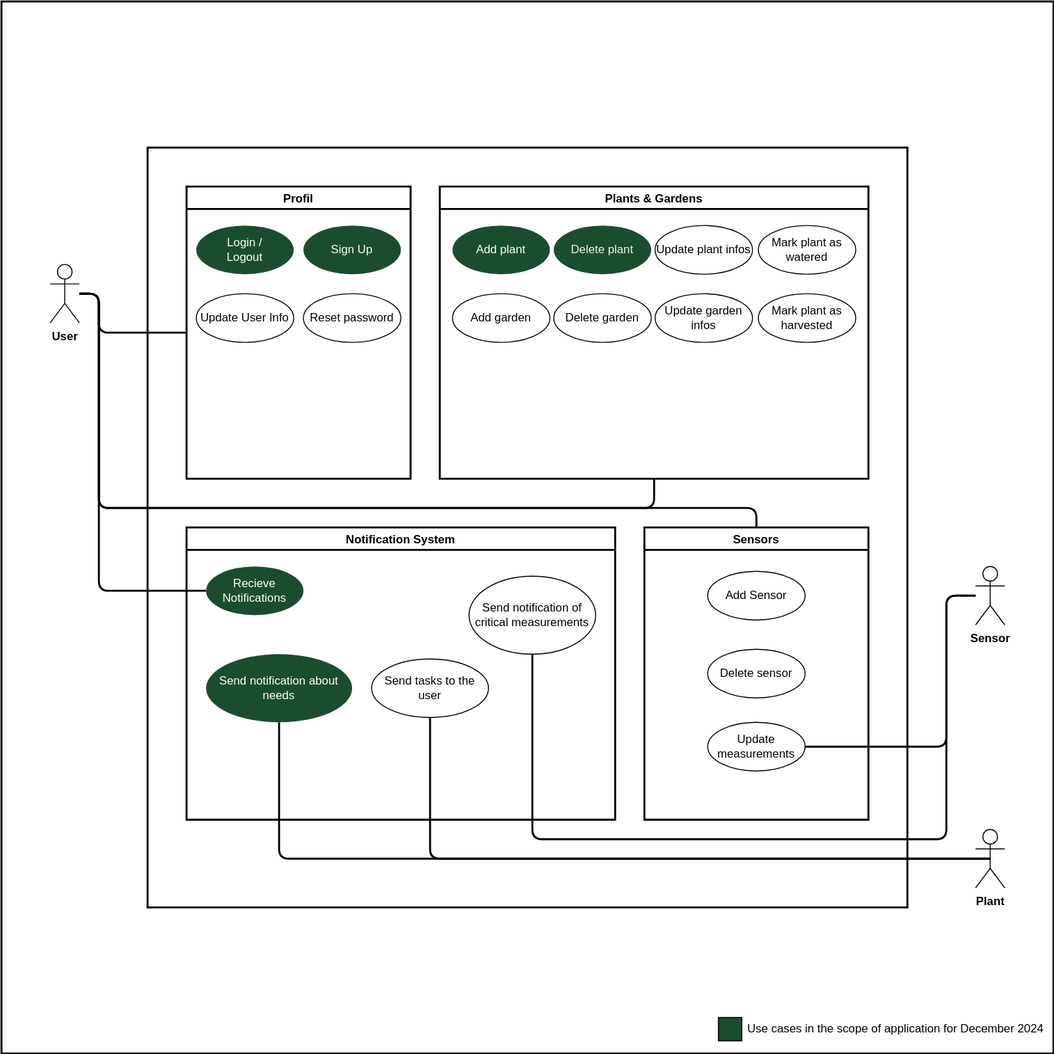
The draw.io diagram docs/assets/svg/GreenFingersUsecases.drawio.svg in Green-Fingers-App/gardeningApp, before a commit. Source tidied: cells renumbered, new cells last; positions are measured from the earlier drawing's top-left corner, leaving out a move shared by most shapes.
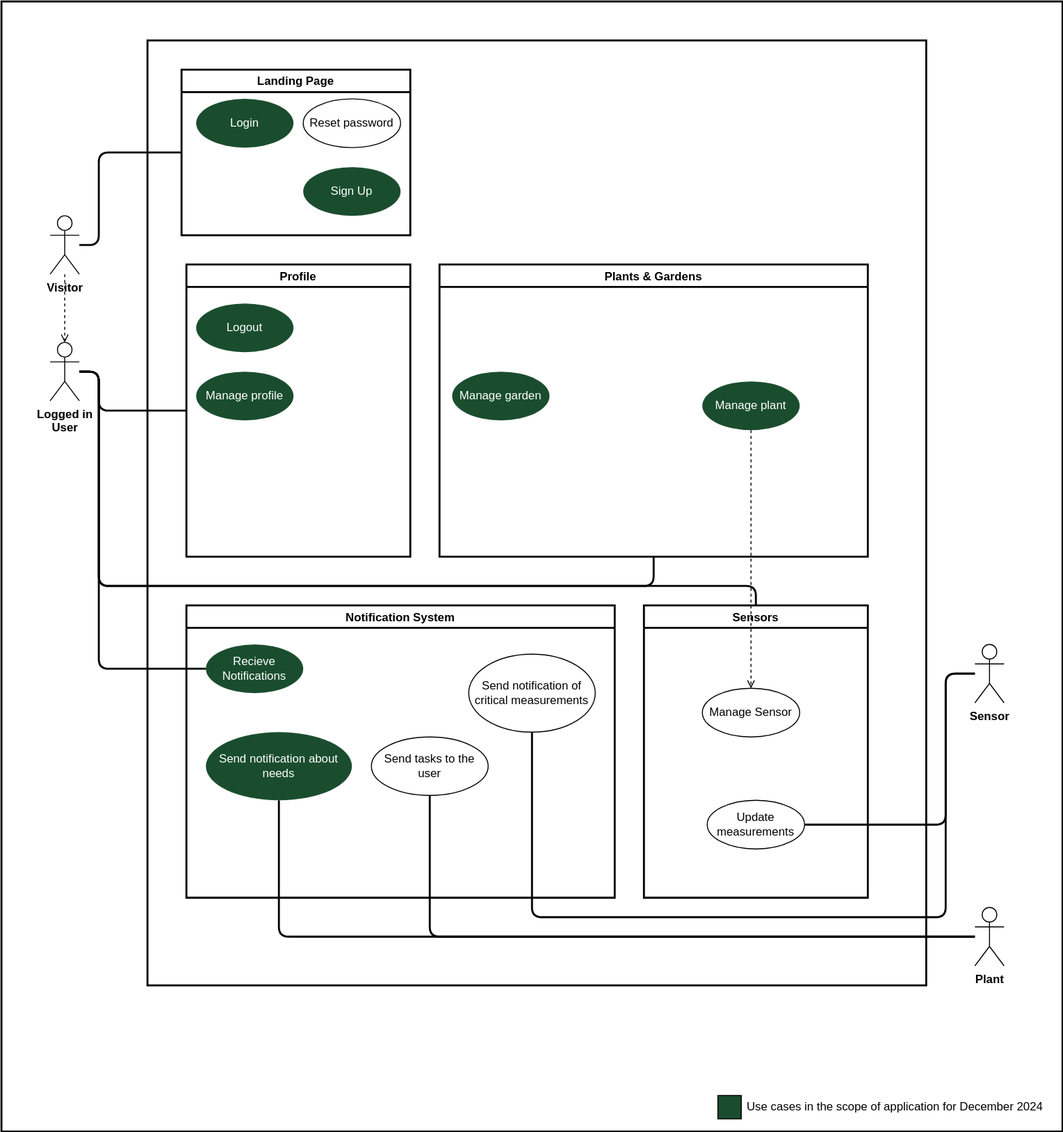
The same file after the commit.

What changed in the source:
```diff
@@ -6,7 +6,7 @@
       <mxGeometry width="760" height="760" as="geometry" />
     </mxCell>
     <mxCell id="3" style="whiteSpace=wrap;html=1;fillColor=#FFFFFF;strokeColor=#000000;strokeWidth=2;" parent="1" vertex="1">
-      <mxGeometry width="1080" height="1080" as="geometry" />
+      <mxGeometry y="-80" width="1090" height="1160" as="geometry" />
     </mxCell>
     <mxCell id="4" value="&lt;font color=&quot;#000000&quot;&gt;Use cases in the scope of application for December 2024&lt;/font&gt;" style="text;html=1;strokeColor=none;fillColor=none;align=left;verticalAlign=middle;whiteSpace=wrap;rounded=0;" parent="1" vertex="1">
       <mxGeometry x="764" y="1040" width="316" height="30" as="geometry" />
@@ -15,44 +15,23 @@
       <mxGeometry x="736" y="1043" width="24" height="24" as="geometry" />
     </mxCell>
     <mxCell id="6" style="whiteSpace=wrap;html=1;fillColor=#FFFFFF;strokeColor=#000000;strokeWidth=2;" parent="1" vertex="1">
-      <mxGeometry x="150" y="150" width="780" height="780" as="geometry" />
+      <mxGeometry x="150" y="-40" width="800" height="970" as="geometry" />
     </mxCell>
-    <mxCell id="7" value="Profil" style="swimlane;strokeColor=#000000;strokeWidth=2;fillColor=#FFFFFF;fontColor=#000000;" parent="1" vertex="1">
+    <mxCell id="7" value="Profile" style="swimlane;strokeColor=#000000;strokeWidth=2;fillColor=#FFFFFF;fontColor=#000000;" parent="1" vertex="1">
       <mxGeometry x="190" y="190" width="230" height="300" as="geometry" />
     </mxCell>
-    <mxCell id="8" value="Update User Info" style="ellipse;whiteSpace=wrap;html=1;verticalAlign=middle;fontColor=#000000;fillColor=#FFFFFF;strokeColor=#000000;" parent="7" vertex="1">
-      <mxGeometry x="10" y="110" width="100" height="50" as="geometry" />
-    </mxCell>
-    <mxCell id="9" value="Reset password" style="ellipse;whiteSpace=wrap;html=1;verticalAlign=middle;fontColor=#000000;fillColor=#FFFFFF;strokeColor=#000000;" parent="7" vertex="1">
-      <mxGeometry x="120" y="110" width="100" height="50" as="geometry" />
-    </mxCell>
+    <mxCell id="41" value="Manage profile" style="ellipse;whiteSpace=wrap;html=1;verticalAlign=middle;fillColor=#1A4D2E;fontColor=#FFFFFF;strokeColor=none;" parent="7" vertex="1">
+      <mxGeometry x="10" y="110" width="100" height="50" as="geometry" />
+    </mxCell>
     <mxCell id="10" value="Plants &amp; Gardens" style="swimlane;strokeColor=#000000;strokeWidth=2;fillColor=#FFFFFF;fontColor=#000000;" parent="1" vertex="1">
       <mxGeometry x="450" y="190" width="440" height="300" as="geometry" />
     </mxCell>
-    <mxCell id="11" value="&lt;span style=&quot;&quot;&gt;Add garden&lt;/span&gt;" style="ellipse;whiteSpace=wrap;html=1;verticalAlign=middle;fontColor=#000000;fillColor=#FFFFFF;strokeColor=#000000;" parent="10" vertex="1">
-      <mxGeometry x="13" y="110" width="100" height="50" as="geometry" />
-    </mxCell>
-    <mxCell id="12" value="Update garden infos" style="ellipse;whiteSpace=wrap;html=1;verticalAlign=middle;strokeColor=#000000;align=center;fontFamily=Helvetica;fontSize=12;fontColor=#000000;fillColor=#FFFFFF;" parent="10" vertex="1">
-      <mxGeometry x="221" y="110" width="100" height="50" as="geometry" />
-    </mxCell>
-    <mxCell id="13" value="&lt;span style=&quot;&quot;&gt;Mark plant as watered&lt;/span&gt;" style="ellipse;whiteSpace=wrap;html=1;verticalAlign=middle;fontColor=#000000;fillColor=#FFFFFF;strokeColor=#000000;" parent="10" vertex="1">
-      <mxGeometry x="327" y="40" width="100" height="50" as="geometry" />
-    </mxCell>
-    <mxCell id="14" value="Add plant" style="ellipse;whiteSpace=wrap;html=1;verticalAlign=middle;fillColor=#1A4D2E;fontColor=#FFFFFF;strokeColor=none;" parent="10" vertex="1">
-      <mxGeometry x="13" y="40" width="100" height="50" as="geometry" />
+    <mxCell id="14" value="Manage plant" style="ellipse;whiteSpace=wrap;html=1;verticalAlign=middle;fillColor=#1A4D2E;fontColor=#FFFFFF;strokeColor=none;" parent="10" vertex="1">
+      <mxGeometry x="270" y="120" width="100" height="50" as="geometry" />
     </mxCell>
-    <mxCell id="15" value="&lt;span style=&quot;color: rgb(240, 240, 240);&quot;&gt;Delete plant&lt;/span&gt;" style="ellipse;whiteSpace=wrap;html=1;verticalAlign=middle;fillColor=#1A4D2E;fontColor=#FFFFFF;strokeColor=none;" parent="10" vertex="1">
-      <mxGeometry x="117" y="40" width="100" height="50" as="geometry" />
-    </mxCell>
-    <mxCell id="16" value="Update plant infos" style="ellipse;whiteSpace=wrap;html=1;verticalAlign=middle;fontColor=#000000;fillColor=#FFFFFF;strokeColor=#000000;" parent="10" vertex="1">
-      <mxGeometry x="221" y="40" width="100" height="50" as="geometry" />
-    </mxCell>
-    <mxCell id="17" value="Delete garden" style="ellipse;whiteSpace=wrap;html=1;verticalAlign=middle;fontColor=#000000;fillColor=#FFFFFF;strokeColor=#000000;" parent="10" vertex="1">
-      <mxGeometry x="117" y="110" width="100" height="50" as="geometry" />
-    </mxCell>
-    <mxCell id="18" value="Mark plant as harvested" style="ellipse;whiteSpace=wrap;html=1;verticalAlign=middle;fontColor=#000000;fillColor=#FFFFFF;strokeColor=#000000;" parent="10" vertex="1">
-      <mxGeometry x="327" y="110" width="100" height="50" as="geometry" />
-    </mxCell>
+    <mxCell id="42" value="Manage garden" style="ellipse;whiteSpace=wrap;html=1;verticalAlign=middle;fillColor=#1A4D2E;fontColor=#FFFFFF;strokeColor=none;" parent="10" vertex="1">
+      <mxGeometry x="13" y="110" width="100" height="50" as="geometry" />
+    </mxCell>
     <mxCell id="19" value="Notification System" style="swimlane;strokeColor=#000000;strokeWidth=2;fillColor=#FFFFFF;fontColor=#000000;" parent="1" vertex="1">
       <mxGeometry x="190" y="540" width="440" height="300" as="geometry" />
     </mxCell>
@@ -97,7 +76,7 @@
         </Array>
       </mxGeometry>
     </mxCell>
-    <mxCell id="26" value="&lt;font&gt;User&lt;/font&gt;" style="shape=umlActor;verticalLabelPosition=bottom;verticalAlign=top;html=1;outlineConnect=0;fontColor=#000000;fontStyle=1;strokeColor=#000000;fillColor=#FFFFFF;" parent="1" vertex="1">
+    <mxCell id="26" value="&lt;font&gt;Logged in &lt;br&gt;User&lt;/font&gt;" style="shape=umlActor;verticalLabelPosition=bottom;verticalAlign=top;html=1;outlineConnect=0;fontColor=#000000;fontStyle=1;strokeColor=#000000;fillColor=#FFFFFF;" parent="1" vertex="1">
       <mxGeometry x="50" y="270" width="30" height="60" as="geometry" />
     </mxCell>
     <mxCell id="27" style="edgeStyle=none;html=1;entryX=1;entryY=0.5;entryDx=0;entryDy=0;strokeColor=#000000;strokeWidth=2;fontColor=#000000;endArrow=none;endFill=0;" parent="1" edge="1" source="29" target="40">
@@ -120,16 +99,18 @@
     <mxCell id="29" value="&lt;font&gt;&lt;b&gt;Sensor&lt;/b&gt;&lt;/font&gt;" style="shape=umlActor;verticalLabelPosition=bottom;verticalAlign=top;html=1;outlineConnect=0;fontColor=#000000;strokeColor=#000000;fillColor=#FFFFFF;" parent="1" vertex="1">
       <mxGeometry x="1000" y="580" width="30" height="60" as="geometry" />
     </mxCell>
-    <mxCell id="30" style="edgeStyle=none;html=1;exitX=0.5;exitY=0.5;exitDx=0;exitDy=0;exitPerimeter=0;entryX=0.5;entryY=1;entryDx=0;entryDy=0;strokeColor=#000000;strokeWidth=2;fontColor=#000000;endArrow=none;endFill=0;" parent="1" edge="1" source="32" target="21">
+    <mxCell id="30" style="edgeStyle=none;html=1;entryX=0.5;entryY=1;entryDx=0;entryDy=0;strokeColor=#000000;strokeWidth=2;fontColor=#000000;endArrow=none;endFill=0;" parent="1" edge="1" target="21">
       <mxGeometry relative="1" as="geometry">
+        <mxPoint x="1000" y="880" as="sourcePoint" />
         <Array as="points">
           <mxPoint x="610" y="880" />
           <mxPoint x="440" y="880" />
         </Array>
       </mxGeometry>
     </mxCell>
-    <mxCell id="31" style="edgeStyle=none;html=1;exitX=0.5;exitY=0.5;exitDx=0;exitDy=0;exitPerimeter=0;entryX=0.5;entryY=1;entryDx=0;entryDy=0;strokeColor=#000000;strokeWidth=2;fontColor=#000000;endArrow=none;endFill=0;" parent="1" edge="1" source="32" target="39">
+    <mxCell id="31" style="edgeStyle=none;html=1;entryX=0.5;entryY=1;entryDx=0;entryDy=0;strokeColor=#000000;strokeWidth=2;fontColor=#000000;endArrow=none;endFill=0;" parent="1" edge="1" target="39">
       <mxGeometry relative="1" as="geometry">
+        <mxPoint x="1000" y="880" as="sourcePoint" />
         <Array as="points">
           <mxPoint x="285" y="880" />
         </Array>
@@ -138,11 +119,11 @@
     <mxCell id="32" value="&lt;font&gt;Plant&lt;/font&gt;" style="shape=umlActor;verticalLabelPosition=bottom;verticalAlign=top;html=1;outlineConnect=0;fontStyle=1;fontColor=#000000;strokeColor=#000000;fillColor=#FFFFFF;" parent="1" vertex="1">
       <mxGeometry x="1000" y="850" width="30" height="60" as="geometry" />
     </mxCell>
-    <mxCell id="33" value="Login / &lt;br&gt;Logout" style="ellipse;whiteSpace=wrap;html=1;verticalAlign=middle;fillColor=#1A4D2E;fontColor=#FFFFFF;strokeColor=none;" parent="1" vertex="1">
+    <mxCell id="33" value="Logout" style="ellipse;whiteSpace=wrap;html=1;verticalAlign=middle;fillColor=#1A4D2E;fontColor=#FFFFFF;strokeColor=none;" parent="1" vertex="1">
       <mxGeometry x="200" y="230" width="100" height="50" as="geometry" />
     </mxCell>
     <mxCell id="34" value="Sign Up" style="ellipse;whiteSpace=wrap;html=1;verticalAlign=middle;strokeColor=none;align=center;fontFamily=Helvetica;fontSize=12;fontColor=#FFFFFF;fillColor=#1A4D2E;" parent="1" vertex="1">
-      <mxGeometry x="310" y="230" width="100" height="50" as="geometry" />
+      <mxGeometry x="310" y="90" width="100" height="50" as="geometry" />
     </mxCell>
     <mxCell id="35" value="Recieve Notifications" style="ellipse;whiteSpace=wrap;html=1;verticalAlign=middle;fillColor=#1A4D2E;fontColor=#FFFFFF;strokeColor=none;" parent="1" vertex="1">
       <mxGeometry x="210" y="580" width="100" height="50" as="geometry" />
@@ -150,17 +131,41 @@
     <mxCell id="36" value="Sensors" style="swimlane;strokeColor=#000000;strokeWidth=2;fillColor=#FFFFFF;fontColor=#000000;" parent="1" vertex="1">
       <mxGeometry x="660" y="540" width="230" height="300" as="geometry" />
     </mxCell>
-    <mxCell id="37" value="Add Sensor" style="ellipse;whiteSpace=wrap;html=1;verticalAlign=middle;fontColor=#000000;fillColor=#FFFFFF;strokeColor=#000000;" parent="36" vertex="1">
-      <mxGeometry x="65" y="45" width="100" height="50" as="geometry" />
-    </mxCell>
-    <mxCell id="38" value="Delete sensor" style="ellipse;whiteSpace=wrap;html=1;verticalAlign=middle;fontColor=#000000;fillColor=#FFFFFF;strokeColor=#000000;" parent="36" vertex="1">
-      <mxGeometry x="65" y="125" width="100" height="50" as="geometry" />
-    </mxCell>
+    <mxCell id="43" value="Manage Sensor" style="ellipse;whiteSpace=wrap;html=1;verticalAlign=middle;fontColor=#000000;fillColor=#FFFFFF;strokeColor=#000000;" parent="36" vertex="1">
+      <mxGeometry x="60" y="85" width="100" height="50" as="geometry" />
+    </mxCell>
     <mxCell id="39" value="&lt;font color=&quot;#ffffff&quot;&gt;Send notification about needs&lt;/font&gt;" style="ellipse;whiteSpace=wrap;html=1;verticalAlign=middle;fontColor=#000000;fillColor=#1A4D2E;strokeColor=none;" parent="1" vertex="1">
       <mxGeometry x="210" y="670" width="150" height="70" as="geometry" />
     </mxCell>
     <mxCell id="40" value="Update measurements" style="ellipse;whiteSpace=wrap;html=1;verticalAlign=middle;fontColor=#000000;fillColor=#FFFFFF;strokeColor=#000000;" parent="1" vertex="1">
       <mxGeometry x="725" y="740" width="100" height="50" as="geometry" />
     </mxCell>
+    <mxCell id="44" style="edgeStyle=none;html=1;dashed=1;endArrow=open;endFill=0;" parent="1" edge="1" source="45" target="26">
+      <mxGeometry relative="1" as="geometry" />
+    </mxCell>
+    <mxCell id="45" value="Visitor" style="shape=umlActor;verticalLabelPosition=bottom;verticalAlign=top;html=1;outlineConnect=0;fontStyle=1;" parent="1" vertex="1">
+      <mxGeometry x="50" y="140" width="30" height="60" as="geometry" />
+    </mxCell>
+    <mxCell id="46" value="Landing Page" style="swimlane;whiteSpace=wrap;html=1;fontStyle=1;strokeWidth=2;" parent="1" vertex="1">
+      <mxGeometry x="185" y="-10" width="235" height="170" as="geometry" />
+    </mxCell>
+    <mxCell id="47" value="Login" style="ellipse;whiteSpace=wrap;html=1;verticalAlign=middle;fillColor=#1A4D2E;fontColor=#FFFFFF;strokeColor=none;" parent="46" vertex="1">
+      <mxGeometry x="15" y="30" width="100" height="50" as="geometry" />
+    </mxCell>
+    <mxCell id="48" style="edgeStyle=none;html=1;entryX=0;entryY=0.5;entryDx=0;entryDy=0;fontColor=#000000;strokeColor=#000000;endArrow=none;endFill=0;strokeWidth=2;" parent="1" edge="1" target="46">
+      <mxGeometry relative="1" as="geometry">
+        <mxPoint x="80" y="170" as="sourcePoint" />
+        <Array as="points">
+          <mxPoint x="100" y="170" />
+          <mxPoint x="100" y="75" />
+        </Array>
+      </mxGeometry>
+    </mxCell>
+    <mxCell id="9" value="Reset password" style="ellipse;whiteSpace=wrap;html=1;verticalAlign=middle;fontColor=#000000;fillColor=#FFFFFF;strokeColor=#000000;" parent="1" vertex="1">
+      <mxGeometry x="310" y="20" width="100" height="50" as="geometry" />
+    </mxCell>
+    <mxCell id="49" style="edgeStyle=none;html=1;exitX=0.5;exitY=1;exitDx=0;exitDy=0;endArrow=open;endFill=0;dashed=1;" parent="1" edge="1" source="14" target="43">
+      <mxGeometry relative="1" as="geometry" />
+    </mxCell>
   </root>
 </mxGraphModel>
```
